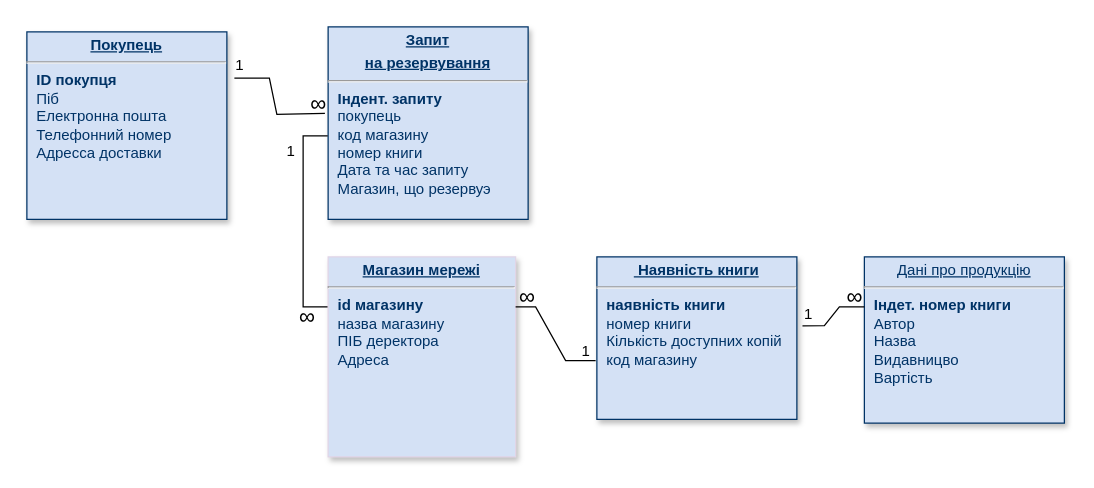
This is Диаграмма без названия.drawio from VadimKeranov/drawio, a draw.io file, before an edit. Source tidied: cells renumbered, new cells numbered last; positions are measured from the earlier drawing's top-left corner, leaving out a move shared by most shapes. Both pictures are drawn from the tidied source at 125%, with x=0, y=0 at pixel (26, 26).
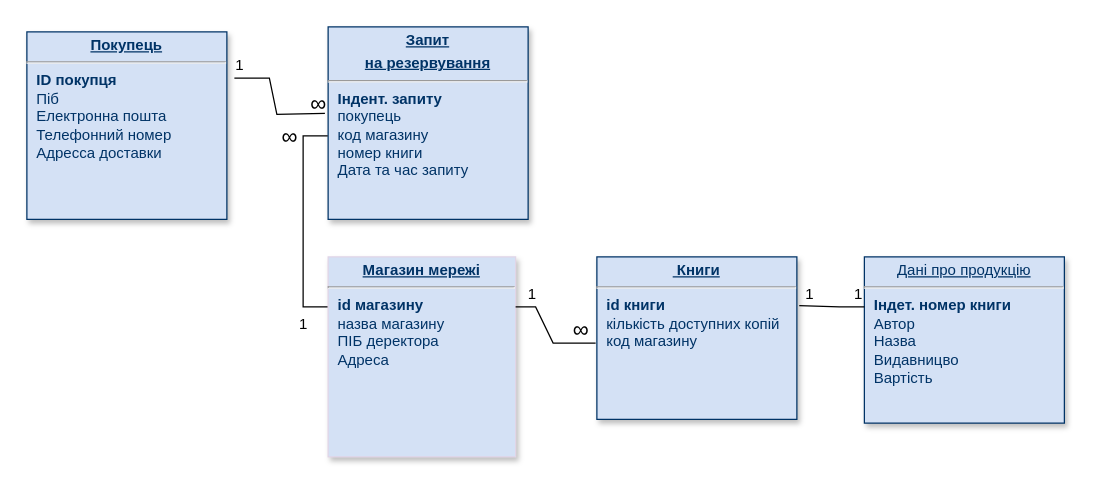
The same diagram, later.

Diff of the diagram source:
```diff
@@
-    <mxCell id="2" value="&lt;p style=&quot;margin: 0px; margin-top: 4px; text-align: center; text-decoration: underline;&quot;&gt;&lt;b&gt;Запит&lt;/b&gt;&lt;/p&gt;&lt;p style=&quot;margin: 0px; margin-top: 4px; text-align: center; text-decoration: underline;&quot;&gt;&lt;b&gt;на резервування&lt;/b&gt;&lt;/p&gt;&lt;hr&gt;&lt;p style=&quot;margin: 0px; margin-left: 8px;&quot;&gt;&lt;b&gt;Індент. запиту&lt;/b&gt;&lt;/p&gt;&lt;p style=&quot;margin: 0px; margin-left: 8px;&quot;&gt;покупець&lt;br&gt;код магазину&lt;br&gt;номер книги&lt;br&gt;Дата та час запиту&lt;br&gt;Магазин, що резервуэ&lt;/p&gt;" style="verticalAlign=top;align=left;overflow=fill;fontSize=12;fontFamily=Helvetica;html=1;strokeColor=#003366;shadow=1;fillColor=#D4E1F5;fontColor=#003366;" parent="1" vertex="1">
+    <mxCell id="2" value="&lt;p style=&quot;margin: 0px; margin-top: 4px; text-align: center; text-decoration: underline;&quot;&gt;&lt;b&gt;Запит&lt;/b&gt;&lt;/p&gt;&lt;p style=&quot;margin: 0px; margin-top: 4px; text-align: center; text-decoration: underline;&quot;&gt;&lt;b&gt;на резервування&lt;/b&gt;&lt;/p&gt;&lt;hr&gt;&lt;p style=&quot;margin: 0px; margin-left: 8px;&quot;&gt;&lt;b&gt;Індент. запиту&lt;/b&gt;&lt;/p&gt;&lt;p style=&quot;margin: 0px; margin-left: 8px;&quot;&gt;покупець&lt;br&gt;код магазину&lt;br&gt;номер книги&lt;br&gt;Дата та час запиту&lt;br&gt;&lt;br&gt;&lt;/p&gt;" style="verticalAlign=top;align=left;overflow=fill;fontSize=12;fontFamily=Helvetica;html=1;strokeColor=#003366;shadow=1;fillColor=#D4E1F5;fontColor=#003366;" parent="1" vertex="1">
       <mxGeometry x="241" width="160" height="154" as="geometry" />
     </mxCell>
-    <mxCell id="3" value="&lt;p style=&quot;margin: 0px; margin-top: 4px; text-align: center; text-decoration: underline;&quot;&gt;&lt;b&gt;&amp;nbsp;Наявність книги&lt;/b&gt;&lt;/p&gt;&lt;hr&gt;&lt;p style=&quot;margin: 0px; margin-left: 8px;&quot;&gt;&lt;b&gt;наявність книги&lt;/b&gt;&lt;/p&gt;&lt;p style=&quot;margin: 0px; margin-left: 8px;&quot;&gt;&lt;span style=&quot;background-color: initial;&quot;&gt;номер&amp;nbsp;&lt;/span&gt;&lt;span style=&quot;background-color: initial;&quot;&gt;книги&lt;/span&gt;&lt;/p&gt;&lt;p style=&quot;margin: 0px; margin-left: 8px;&quot;&gt;Кількість доступних копій&lt;span style=&quot;background-color: initial;&quot;&gt;&lt;br&gt;&lt;/span&gt;&lt;/p&gt;&lt;p style=&quot;margin: 0px; margin-left: 8px;&quot;&gt;код магазину&lt;br&gt;&lt;br&gt;&lt;br&gt;&lt;/p&gt;" style="verticalAlign=top;align=left;overflow=fill;fontSize=12;fontFamily=Helvetica;html=1;strokeColor=#003366;shadow=1;fillColor=#D4E1F5;fontColor=#003366;" parent="1" vertex="1">
+    <mxCell id="3" value="&lt;p style=&quot;margin: 0px; margin-top: 4px; text-align: center; text-decoration: underline;&quot;&gt;&lt;b&gt;&amp;nbsp;Книги&lt;/b&gt;&lt;/p&gt;&lt;hr&gt;&lt;p style=&quot;margin: 0px; margin-left: 8px;&quot;&gt;&lt;b&gt;id книги&lt;/b&gt;&lt;/p&gt;&lt;p style=&quot;margin: 0px; margin-left: 8px;&quot;&gt;&lt;span style=&quot;background-color: initial;&quot;&gt;кількість доступних копій&lt;/span&gt;&lt;br&gt;&lt;/p&gt;&lt;p style=&quot;margin: 0px; margin-left: 8px;&quot;&gt;код магазину&lt;br&gt;&lt;br&gt;&lt;br&gt;&lt;/p&gt;" style="verticalAlign=top;align=left;overflow=fill;fontSize=12;fontFamily=Helvetica;html=1;strokeColor=#003366;shadow=1;fillColor=#D4E1F5;fontColor=#003366;" parent="1" vertex="1">
       <mxGeometry x="456" y="184" width="160" height="130" as="geometry" />
     </mxCell>
@@
     <mxCell id="11" value="&lt;font style=&quot;font-size: 18px;&quot;&gt;∞&lt;/font&gt;" style="text;html=1;align=center;verticalAlign=middle;strokeColor=none;fillColor=none;rotation=-180;" parent="1" vertex="1">
-      <mxGeometry x="210" y="217" width="31" height="34" as="geometry" />
+      <mxGeometry x="196" y="73" width="31" height="34" as="geometry" />
     </mxCell>
     <mxCell id="12" value="1" style="text;html=1;align=center;verticalAlign=middle;strokeColor=none;fillColor=none;" parent="1" vertex="1">
-      <mxGeometry x="198" y="87" width="25" height="26" as="geometry" />
+      <mxGeometry x="208" y="225" width="25" height="26" as="geometry" />
     </mxCell>
     <mxCell id="13" style="endArrow=none;html=1;rounded=0;" parent="1" edge="1">
       <mxGeometry relative="1" as="geometry">
         <mxPoint x="391" y="224" as="sourcePoint" />
-        <mxPoint x="455" y="267" as="targetPoint" />
+        <mxPoint x="455" y="253" as="targetPoint" />
         <Array as="points">
           <mxPoint x="407" y="224" />
-          <mxPoint x="431" y="267" />
+          <mxPoint x="421" y="253" />
         </Array>
       </mxGeometry>
     </mxCell>
-    <mxCell id="14" style="endArrow=none;html=1;rounded=0;exitX=1.028;exitY=0.425;exitDx=0;exitDy=0;exitPerimeter=0;" parent="1" edge="1" source="3">
+    <mxCell id="14" style="endArrow=none;html=1;rounded=0;exitX=1.012;exitY=0.3;exitDx=0;exitDy=0;exitPerimeter=0;" parent="1" edge="1" source="3">
       <mxGeometry relative="1" as="geometry">
         <mxPoint x="670" y="224" as="targetPoint" />
         <Array as="points">
-          <mxPoint x="638" y="239" />
           <mxPoint x="650" y="224" />
         </Array>
       </mxGeometry>
     </mxCell>
     <mxCell id="15" value="&lt;font style=&quot;font-size: 18px;&quot;&gt;∞&lt;/font&gt;" style="text;html=1;align=center;verticalAlign=middle;strokeColor=none;fillColor=none;rotation=-180;" parent="1" vertex="1">
-      <mxGeometry x="386" y="201" width="31" height="34" as="geometry" />
+      <mxGeometry x="429" y="227" width="31" height="34" as="geometry" />
     </mxCell>
     <mxCell id="16" value="1" style="text;html=1;align=center;verticalAlign=middle;strokeColor=none;fillColor=none;" parent="1" vertex="1">
-      <mxGeometry x="434" y="247" width="25" height="26" as="geometry" />
+      <mxGeometry x="391" y="201" width="25" height="26" as="geometry" />
     </mxCell>
-    <mxCell id="17" value="&lt;font style=&quot;font-size: 18px;&quot;&gt;∞&lt;/font&gt;" style="text;html=1;align=center;verticalAlign=middle;strokeColor=none;fillColor=none;rotation=-180;" parent="1" vertex="1">
-      <mxGeometry x="648" y="201" width="31" height="34" as="geometry" />
+    <mxCell id="17" value="&lt;font style=&quot;font-size: 12px;&quot;&gt;1&lt;/font&gt;" style="text;html=1;align=center;verticalAlign=middle;strokeColor=none;fillColor=none;rotation=0;" parent="1" vertex="1">
+      <mxGeometry x="652" y="201" width="25" height="26" as="geometry" />
     </mxCell>
     <mxCell id="18" value="1" style="text;html=1;align=center;verticalAlign=middle;strokeColor=none;fillColor=none;" parent="1" vertex="1">
-      <mxGeometry x="612" y="217" width="25" height="26" as="geometry" />
+      <mxGeometry x="613" y="201" width="25" height="26" as="geometry" />
     </mxCell>
```
